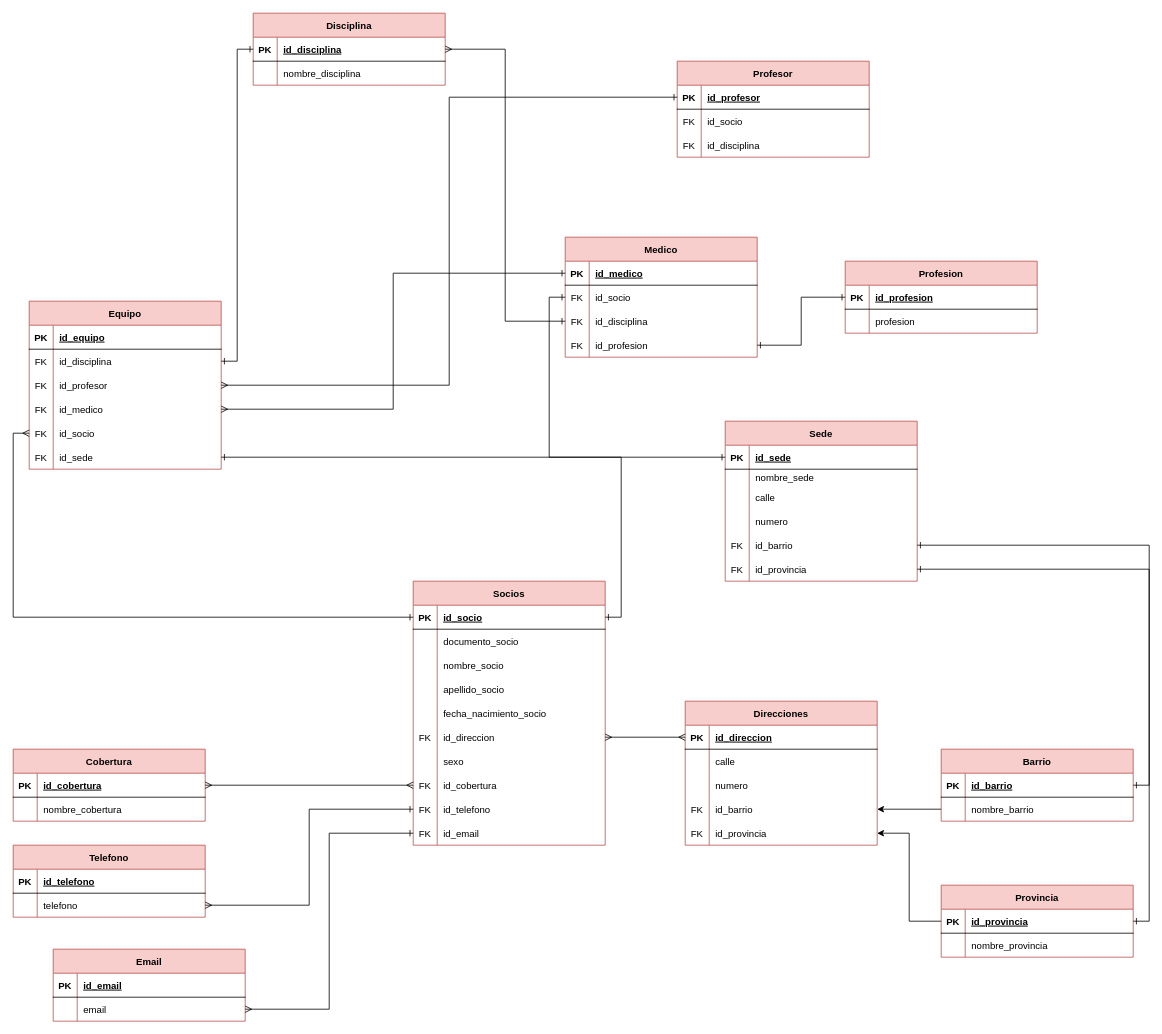
The draw.io diagram DiagramaEntidadRelacion-Izquierdo.drawio in ezequielizquierdo/db-clubsocial, before the edit. Source tidied: cells renumbered, new cells numbered last; positions are measured from the earlier drawing's top-left corner, leaving out a move shared by most shapes. Both pictures are drawn from the tidied source at 80%, with x=0, y=0 at pixel (13, 13).
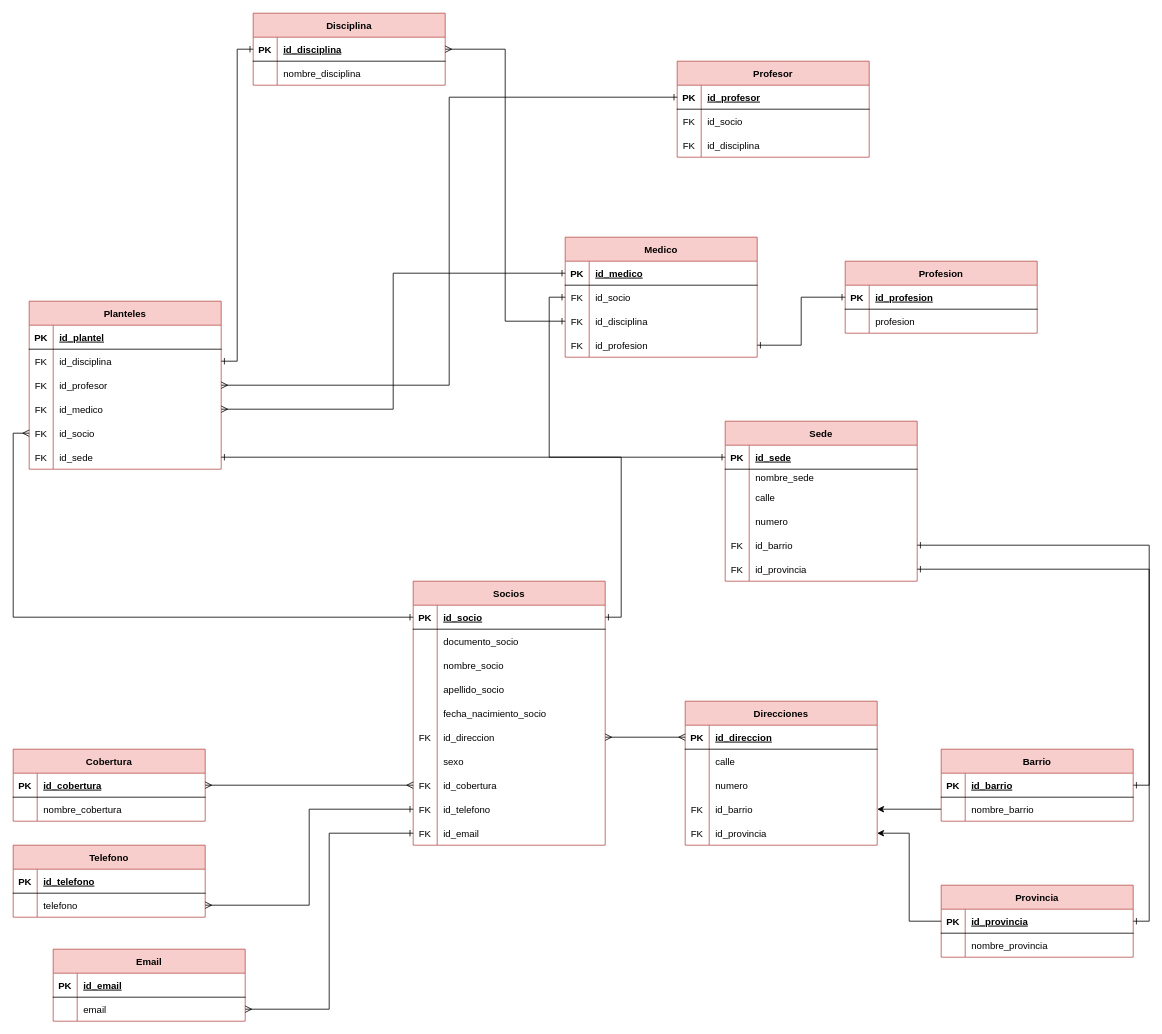
After the change.

The change refers to these unchanged cells:
```xml
<mxCell id="57" style="shape=partialRectangle;fillColor=none;top=0;left=0;right=0;bottom=1;" parent="56" vertex="1">
  <mxGeometry y="30" width="240" height="30" as="geometry" />
</mxCell>
```

Diff of the diagram source:
```diff
@@
-    <mxCell id="56" value="Equipo" style="shape=table;startSize=30;childLayout=tableLayout;rowLines=0;fontStyle=1;align=center;fillColor=#f8cecc;strokeColor=#b85450;" parent="1" vertex="1">
+    <mxCell id="56" value="Planteles" style="shape=table;startSize=30;childLayout=tableLayout;rowLines=0;fontStyle=1;align=center;fillColor=#f8cecc;strokeColor=#b85450;" parent="1" vertex="1">
       <mxGeometry x="20" y="360" width="240" height="210" as="geometry" />
     </mxCell>
@@
-    <mxCell id="59" value="id_equipo" style="shape=partialRectangle;overflow=hidden;fillColor=none;top=0;left=0;bottom=0;right=0;align=left;spacingLeft=6;fontStyle=5;" parent="57" vertex="1">
+    <mxCell id="59" value="id_plantel" style="shape=partialRectangle;overflow=hidden;fillColor=none;top=0;left=0;bottom=0;right=0;align=left;spacingLeft=6;fontStyle=5;" parent="57" vertex="1">
       <mxGeometry x="30" width="210" height="30" as="geometry" />
     </mxCell>
```
